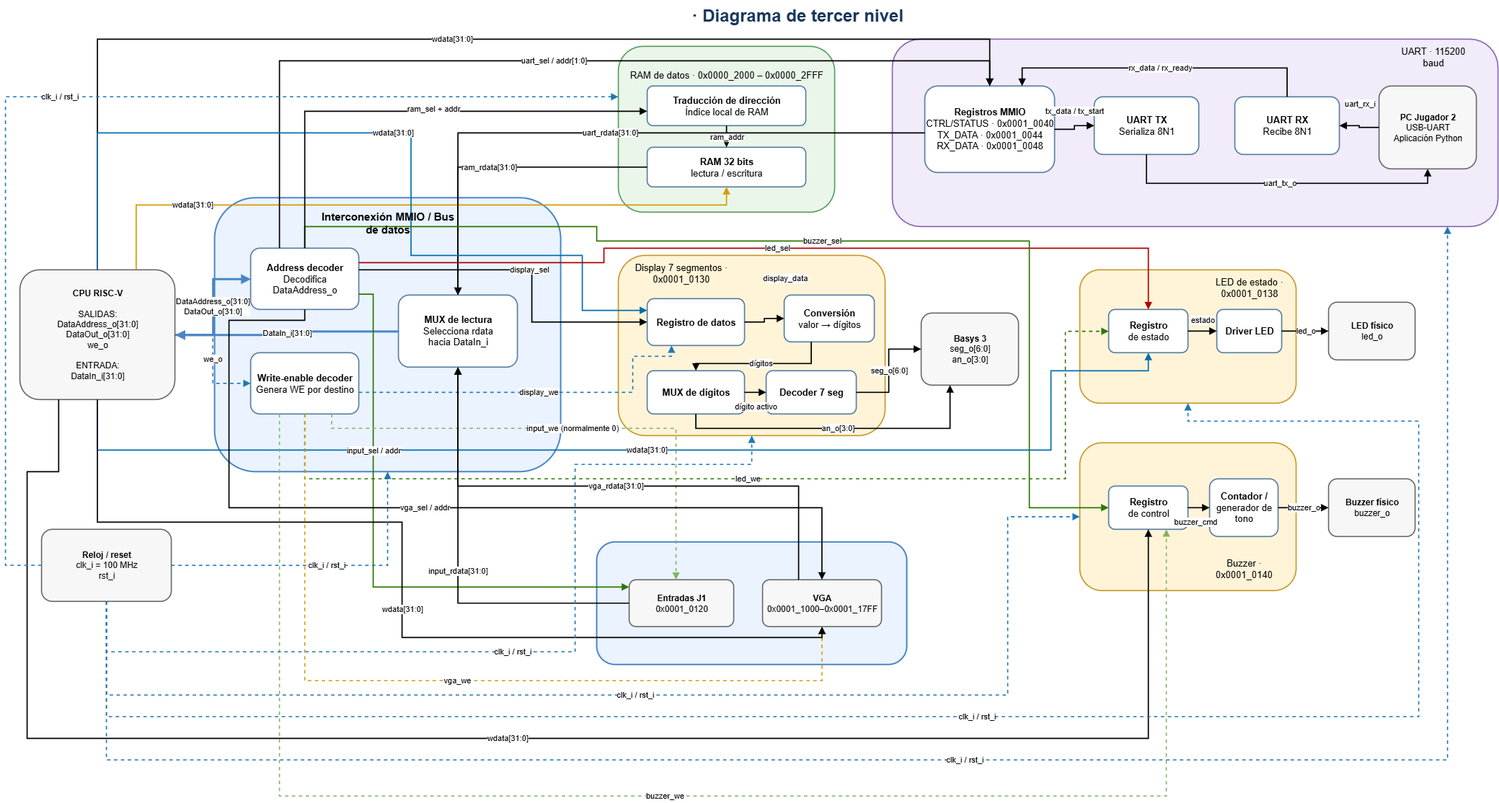
aguilar697/Taller-Diseno-de-Sistemas-Digitales keeps this draw.io diagram as Proyecto3_Batalla_Naval/docs/diseno/img/nivel_4_uart_plataforma_pc.png. Above is the earlier version. Source tidied: cells renumbered, new cells last; positions are measured from the earlier drawing's top-left corner, leaving out a move shared by most shapes.
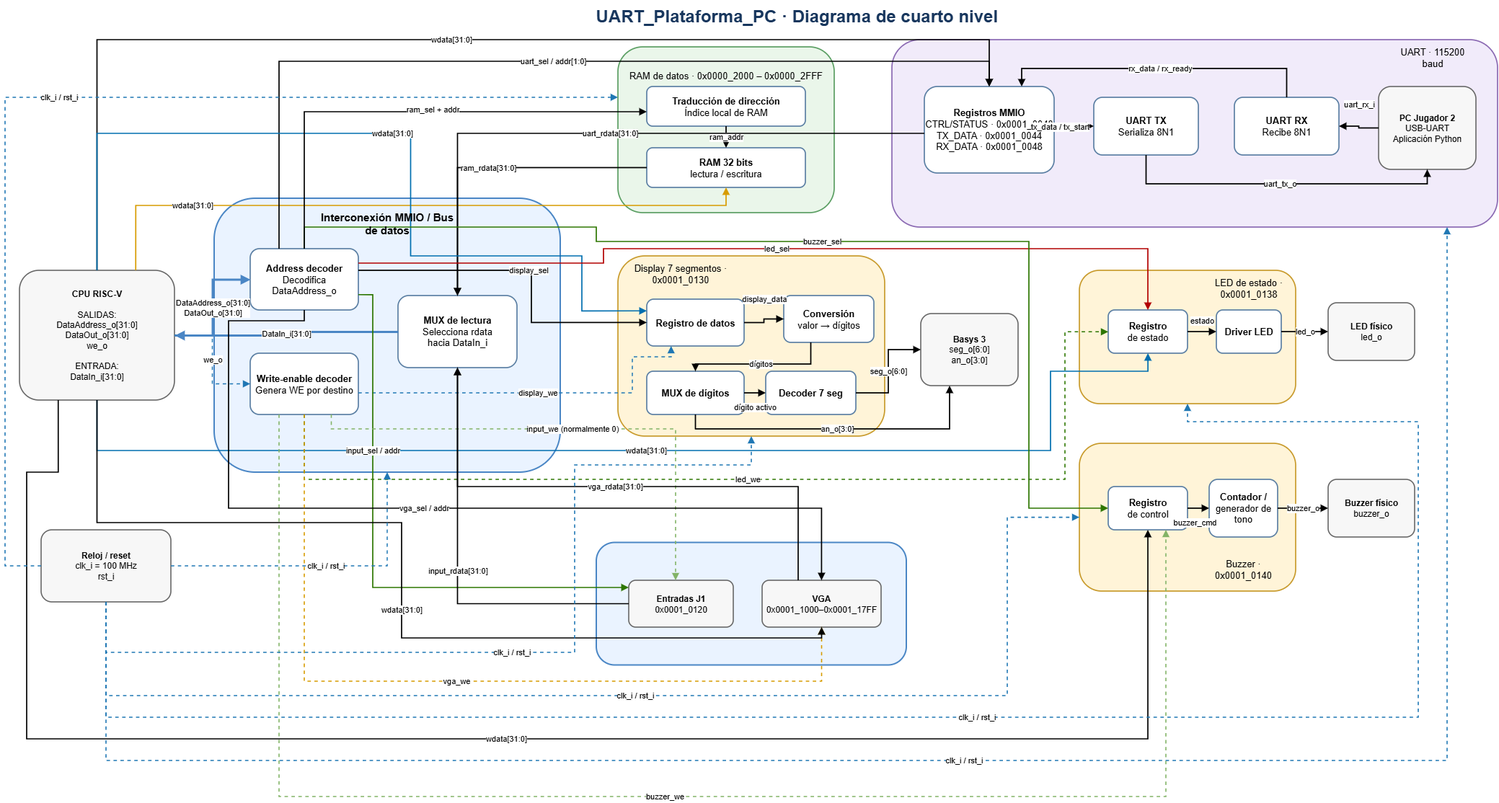
Later version of the same file.

Commit message:
Actualiza diagrama de nivel 4 de la plataforma UART

What changed in the source:
```diff
@@ -2,7 +2,7 @@
   <root>
     <mxCell id="0" />
     <mxCell id="1" parent="0" />
-    <mxCell id="2" value="&amp;nbsp;· Diagrama de tercer nivel" style="text;html=1;align=center;verticalAlign=middle;whiteSpace=wrap;fontSize=24;fontStyle=1;fontColor=#17365D;strokeColor=none;fillColor=none;" parent="1" vertex="1">
+    <mxCell id="2" value="&amp;nbsp;UART_Plataforma_PC · Diagrama de cuarto nivel" style="text;html=1;align=center;verticalAlign=middle;whiteSpace=wrap;fontSize=24;fontStyle=1;fontColor=#17365D;strokeColor=none;fillColor=none;" parent="1" vertex="1">
       <mxGeometry x="420" width="1350" height="45" as="geometry" />
     </mxCell>
     <mxCell id="3" value="&lt;b&gt;CPU RISC-V&lt;/b&gt;&lt;br/&gt;&lt;br/&gt;SALIDAS:&lt;br/&gt;DataAddress_o[31:0]&lt;br/&gt;DataOut_o[31:0]&lt;br/&gt;we_o&lt;br/&gt;&lt;br/&gt;ENTRADA:&lt;br/&gt;DataIn_i[31:0]" style="rounded=1;whiteSpace=wrap;html=1;strokeWidth=1.6;fillColor=#F7F7F7;strokeColor=#666666;fontSize=12;align=center;verticalAlign=middle;" parent="1" vertex="1">
```
